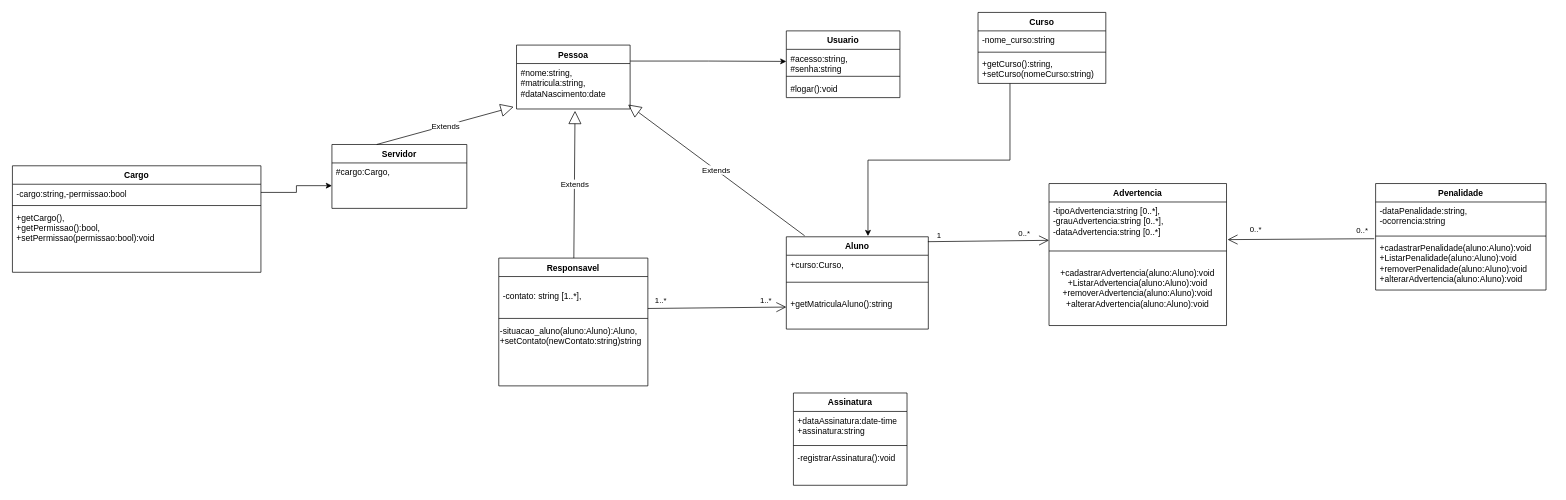
Above: identificaçãoclaasesemetodos.drawio in Gringol07/Problema.suap (draw.io), before the change. Source tidied: cells renumbered, new cells numbered last; positions are measured from the earlier drawing's top-left corner, leaving out a move shared by most shapes. Both pictures are drawn from the tidied source at 71%, with x=0, y=0 at pixel (12, 12).
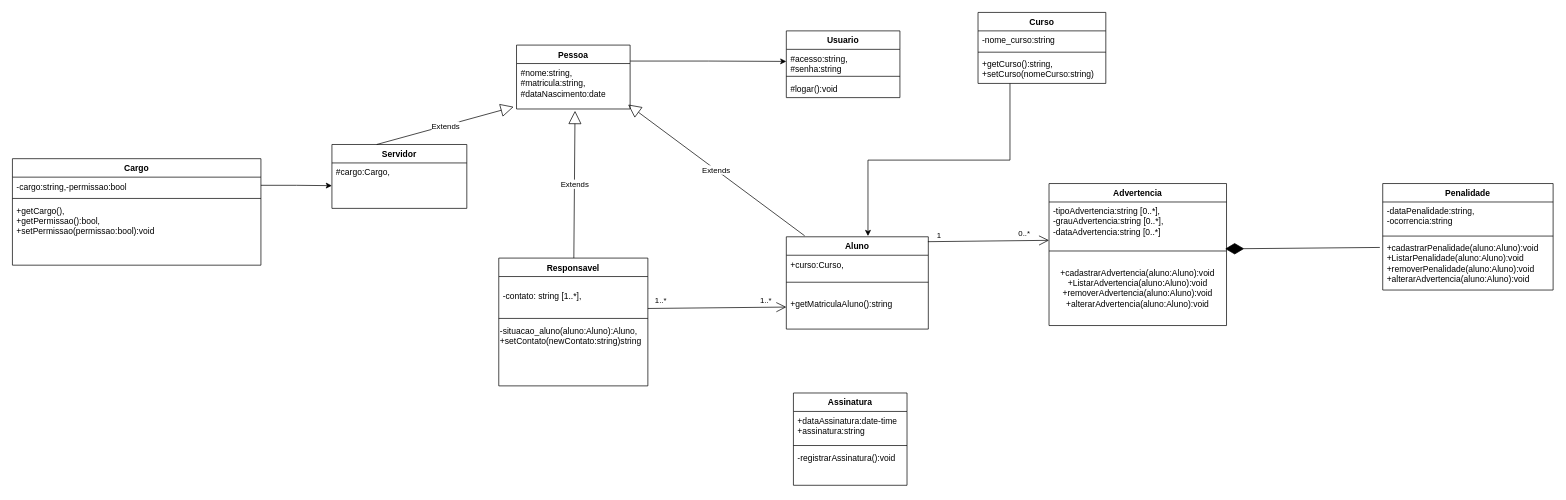
After the change.

The change refers to these unchanged cells:
```xml
<mxCell id="9" value="&lt;div&gt;+cadastrarPenalidade(aluno:Aluno):void&lt;/div&gt;&lt;div&gt;+ListarPenalidade(aluno:Aluno):void&lt;/div&gt;&lt;div&gt;+removerPenalidade(aluno:Aluno):void&lt;/div&gt;&lt;div&gt;&lt;div&gt;+alterarAdvertencia(aluno:Aluno):void&lt;/div&gt;&lt;br&gt;&lt;br&gt;&lt;/div&gt;" style="text;strokeColor=none;fillColor=none;align=left;verticalAlign=top;spacingLeft=4;spacingRight=4;overflow=hidden;points=[[0,0.5],[1,0.5]];portConstraint=eastwest;whiteSpace=wrap;html=1;" parent="6" vertex="1">
  <mxGeometry y="78" width="240" height="72" as="geometry" />
</mxCell>
<mxCell id="23" value="&lt;div&gt;-tipoAdvertencia:string [0..*],&lt;/div&gt;&lt;div&gt;-grauAdvertencia:string [0..*],&lt;/div&gt;&lt;div&gt;-dataAdvertencia:string [0..*]&lt;/div&gt;" style="text;strokeColor=none;fillColor=none;align=left;verticalAlign=top;spacingLeft=4;spacingRight=4;overflow=hidden;points=[[0,0.5],[1,0.5]];portConstraint=eastwest;whiteSpace=wrap;html=1;" parent="22" vertex="1">
  <mxGeometry y="26" width="250" height="54" as="geometry" />
</mxCell>
<mxCell id="24" style="line;strokeWidth=1;fillColor=none;align=left;verticalAlign=middle;spacingTop=-1;spacingLeft=3;spacingRight=3;labelPosition=right;points=[];portConstraint=eastwest;strokeColor=inherit;" parent="22" vertex="1">
  <mxGeometry y="80" width="250" height="30" as="geometry" />
</mxCell>
```

Diff of the diagram source:
```diff
@@
     <mxCell id="6" value="&lt;div&gt;Penalidade&lt;/div&gt;" style="swimlane;fontStyle=1;align=center;verticalAlign=top;horizontal=1;startSize=26;whiteSpace=wrap;html=1;" parent="1" vertex="1">
-      <mxGeometry x="1920" y="241" width="240" height="150" as="geometry" />
+      <mxGeometry x="1930" y="241" width="240" height="150" as="geometry" />
     </mxCell>
@@
     <mxCell id="40" value="Cargo" style="swimlane;fontStyle=1;align=center;verticalAlign=top;horizontal=1;startSize=26;whiteSpace=wrap;html=1;" parent="1" vertex="1">
-      <mxGeometry y="216" width="350" height="150" as="geometry" />
+      <mxGeometry y="206" width="350" height="150" as="geometry" />
     </mxCell>
@@
-    <mxCell id="49" style="endArrow=open;endFill=1;endSize=12;html=1;rounded=0;exitX=-0.008;exitY=-0.004;exitDx=0;exitDy=0;exitPerimeter=0;entryX=1.006;entryY=0.981;entryDx=0;entryDy=0;entryPerimeter=0;" parent="1" edge="1" source="9" target="23">
-      <mxGeometry relative="1" as="geometry" />
-    </mxCell>
-    <mxCell id="50" value="0..*" style="edgeLabel;html=1;align=center;verticalAlign=middle;" parent="49" vertex="1">
-      <mxGeometry x="0.01" y="1" relative="1" as="geometry">
-        <mxPoint x="86" y="-14" as="offset" />
-      </mxGeometry>
-    </mxCell>
-    <mxCell id="51" value="0..*" style="edgeLabel;html=1;align=center;verticalAlign=middle;" parent="49" vertex="1">
-      <mxGeometry x="0.48" y="-2" relative="1" as="geometry">
-        <mxPoint x="-15" y="-12" as="offset" />
-      </mxGeometry>
-    </mxCell>
@@
+    <mxCell id="53" style="endArrow=diamondThin;endFill=1;endSize=24;html=1;rounded=0;exitX=-0.017;exitY=0.167;exitDx=0;exitDy=0;exitPerimeter=0;entryX=0.992;entryY=0.4;entryDx=0;entryDy=0;entryPerimeter=0;" parent="1" edge="1" source="9" target="24">
+      <mxGeometry relative="1" as="geometry" />
+    </mxCell>
```
